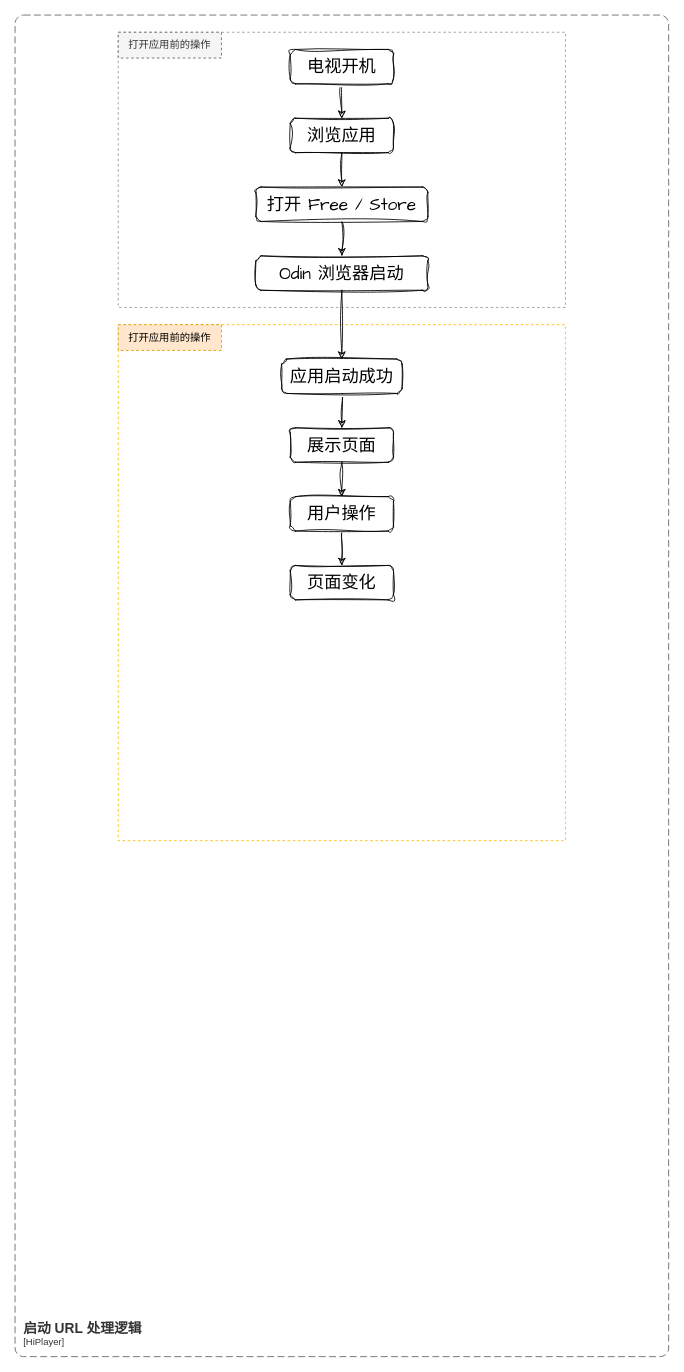
LeeDebug/drawio keeps this draw.io diagram as page "操作流程图" (1 of 2) of Free and Store Diagram.drawio. Above is the earlier version. Source tidied: cells renumbered, new cells numbered last; positions are measured from the earlier drawing's top-left corner, leaving out a move shared by most shapes. Both pictures are drawn from the tidied source at 86%, with x=0, y=0 at pixel (15, 15).
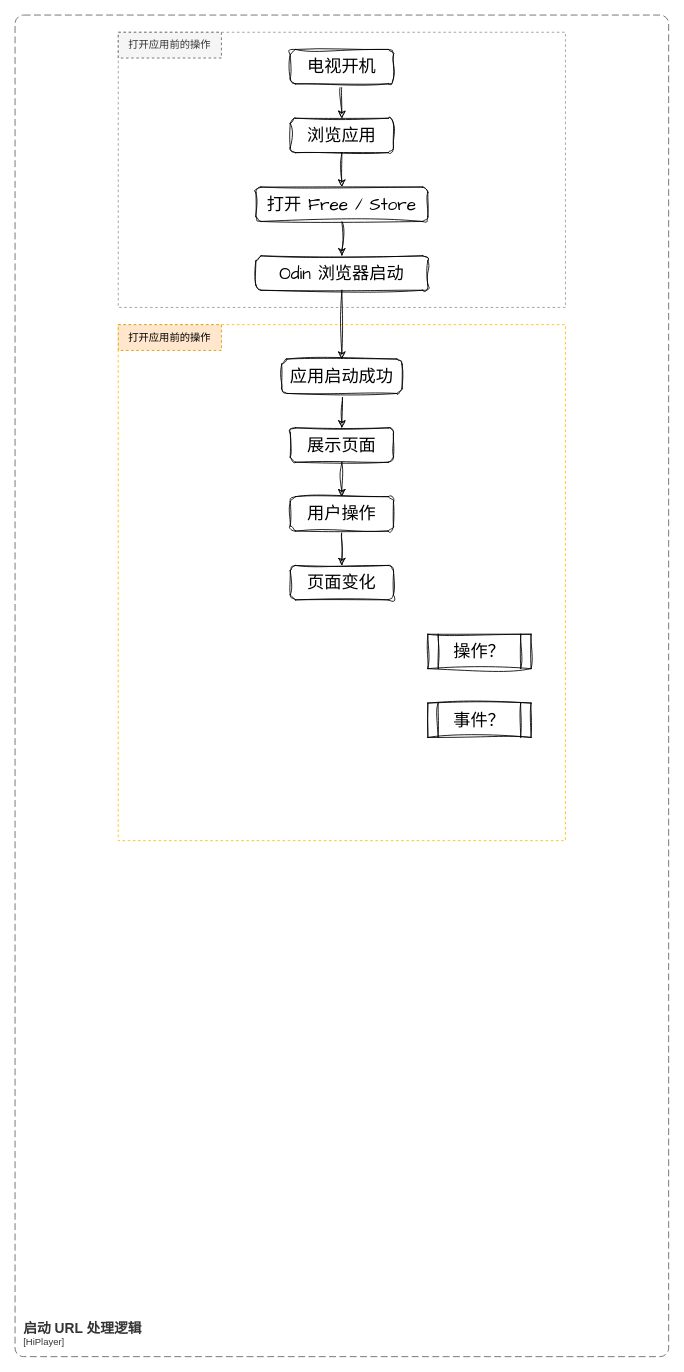
After the change.

What changed in the source:
```diff
@@
+    <mxCell id="22" value="操作？" style="shape=process;whiteSpace=wrap;html=1;backgroundOutline=1;sketch=1;hachureGap=4;jiggle=2;curveFitting=1;fontFamily=Architects Daughter;fontSize=20;" parent="1" vertex="1">
+      <mxGeometry x="480" y="720" width="120" height="40" as="geometry" />
+    </mxCell>
+    <mxCell id="23" value="事件？" style="shape=process;whiteSpace=wrap;html=1;backgroundOutline=1;sketch=1;hachureGap=4;jiggle=2;curveFitting=1;fontFamily=Architects Daughter;fontSize=20;" parent="1" vertex="1">
+      <mxGeometry x="480" y="800" width="120" height="40" as="geometry" />
+    </mxCell>
```
